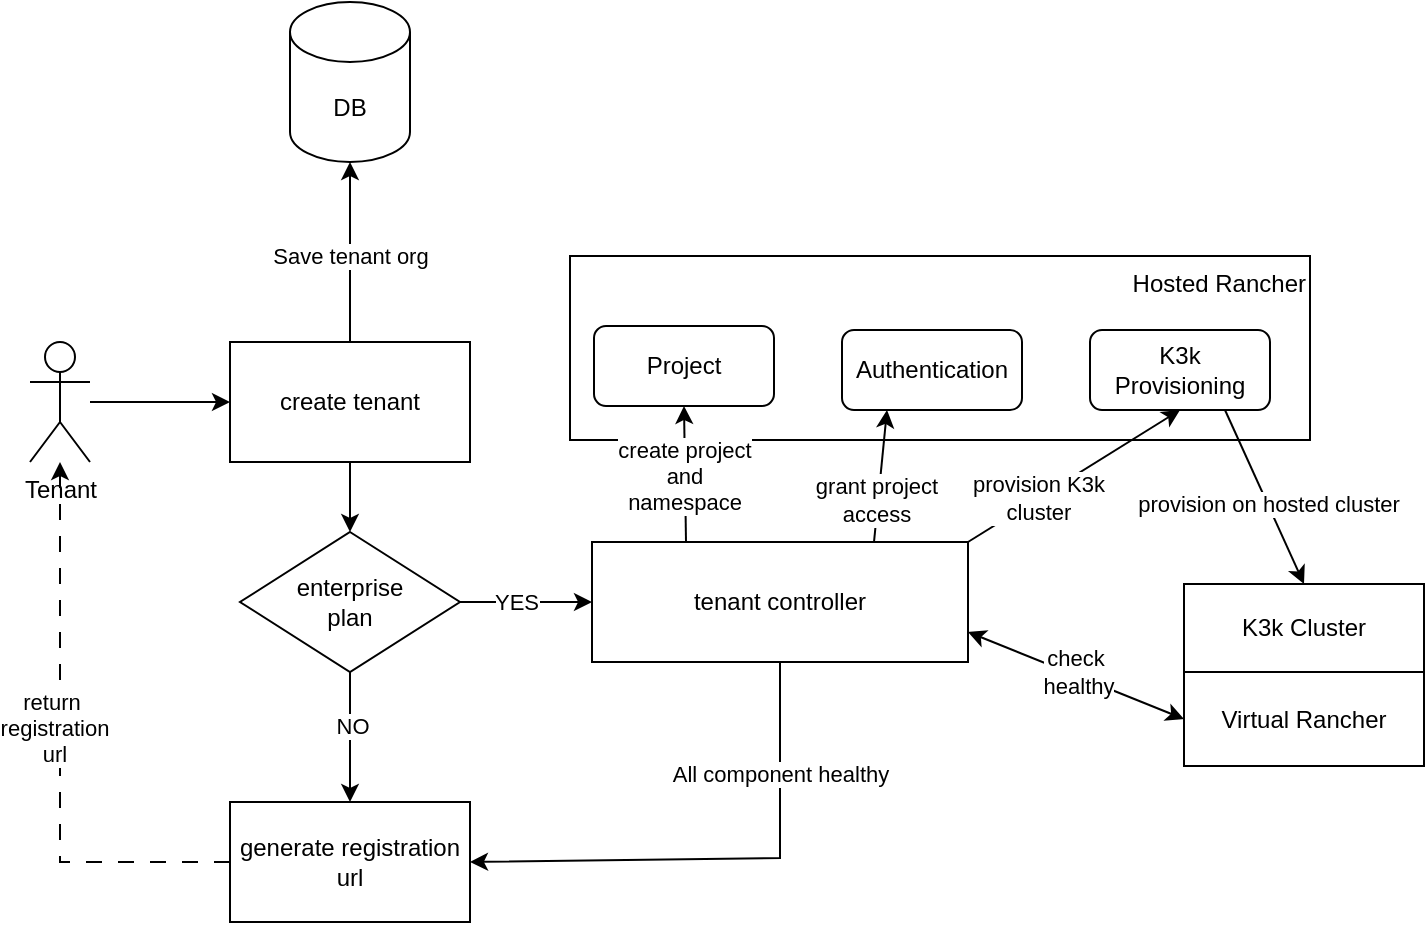
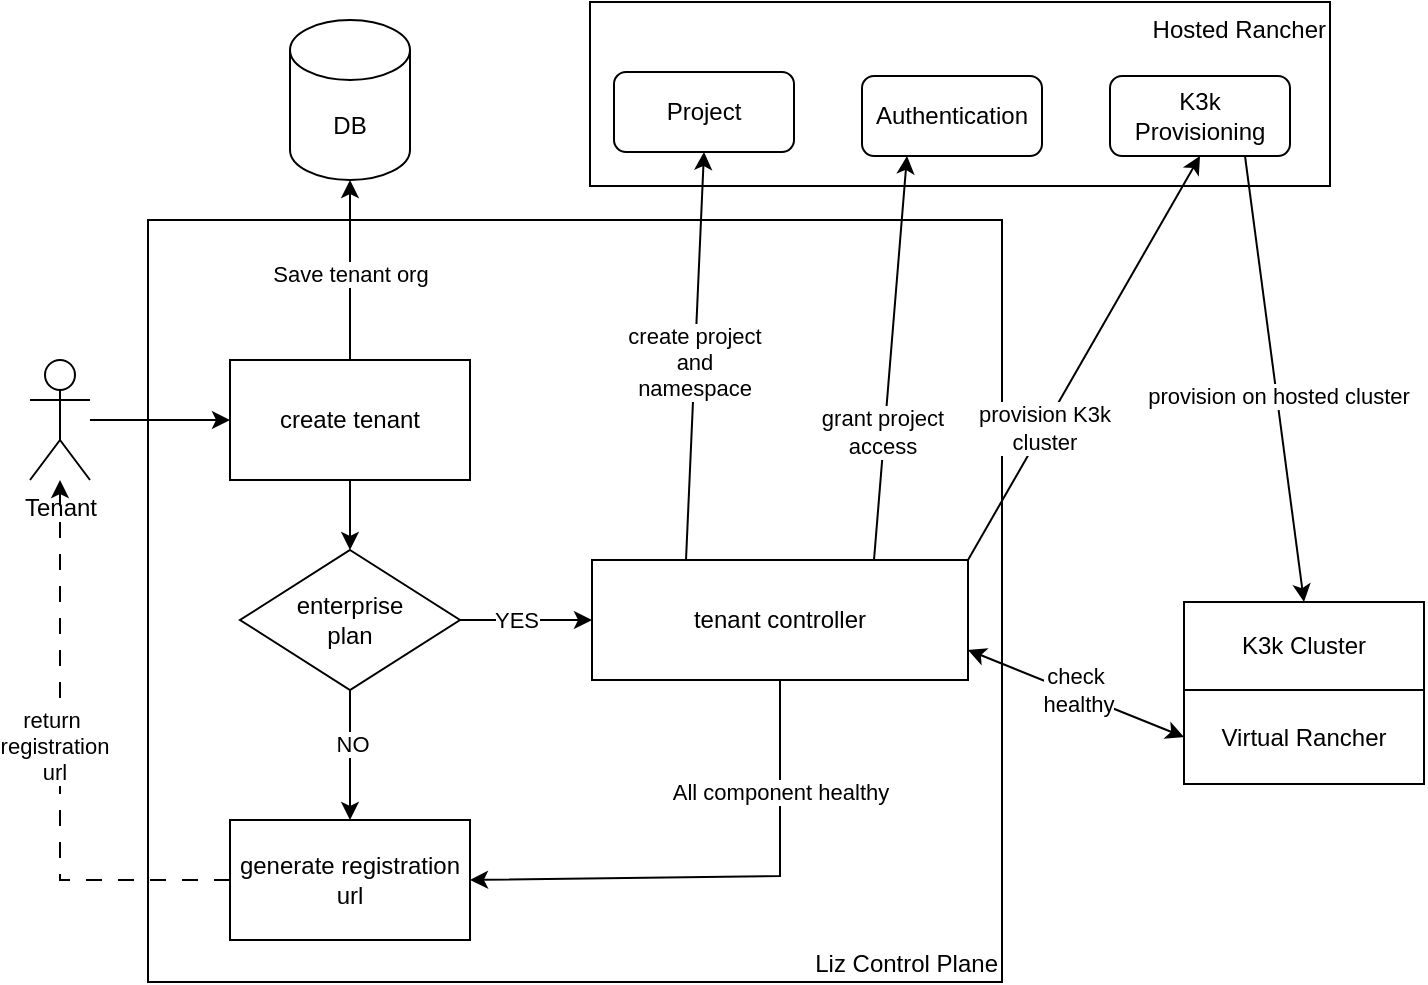
<mxfile host="app.diagrams.net">
  <diagram name="第 1 页" id="L-sD2WPmEqHrs-nHEADV">
    <mxGraphModel dx="1222" dy="745" grid="0" gridSize="10" guides="1" tooltips="1" connect="1" arrows="1" fold="1" page="1" pageScale="1" pageWidth="827" pageHeight="1169" math="0" shadow="0">
      <root>
        <mxCell id="0" />
        <mxCell id="1" parent="0" />
+         <mxCell id="s9PzU-UQ4cBH2LS_8AfC-17" parent="1" style="rounded=0;whiteSpace=wrap;html=1;verticalAlign=bottom;align=right;" value="Liz Control Plane" vertex="1">
+           <mxGeometry height="381" width="427" x="129" y="180" as="geometry" />
+         </mxCell>
        <mxCell id="RmhtLynf-h64byK3Bh4Q-11" edge="1" parent="1" source="RmhtLynf-h64byK3Bh4Q-1" style="edgeStyle=orthogonalEdgeStyle;rounded=0;orthogonalLoop=1;jettySize=auto;html=1;" target="RmhtLynf-h64byK3Bh4Q-5" value="">
          <mxGeometry relative="1" as="geometry" />
        </mxCell>
        <mxCell id="RmhtLynf-h64byK3Bh4Q-1" parent="1" style="shape=umlActor;verticalLabelPosition=bottom;verticalAlign=top;html=1;outlineConnect=0;" value="Tenant" vertex="1">
          <mxGeometry height="60" width="30" x="70" y="250" as="geometry" />
        </mxCell>
        <mxCell id="RmhtLynf-h64byK3Bh4Q-21" edge="1" parent="1" source="RmhtLynf-h64byK3Bh4Q-5" style="edgeStyle=orthogonalEdgeStyle;rounded=0;orthogonalLoop=1;jettySize=auto;html=1;" target="RmhtLynf-h64byK3Bh4Q-20" value="">
          <mxGeometry relative="1" as="geometry" />
        </mxCell>
        <mxCell id="RmhtLynf-h64byK3Bh4Q-5" parent="1" style="rounded=0;whiteSpace=wrap;html=1;" value="create tenant" vertex="1">
          <mxGeometry height="60" width="120" x="170" y="250" as="geometry" />
        </mxCell>
        <mxCell id="RmhtLynf-h64byK3Bh4Q-6" parent="1" style="shape=cylinder3;whiteSpace=wrap;html=1;boundedLbl=1;backgroundOutline=1;size=15;" value="DB" vertex="1">
          <mxGeometry height="80" width="60" x="200" y="80" as="geometry" />
        </mxCell>
        <mxCell id="RmhtLynf-h64byK3Bh4Q-7" parent="1" style="rounded=0;whiteSpace=wrap;html=1;verticalAlign=top;align=right;" value="Hosted Rancher" vertex="1">
-           <mxGeometry height="92" width="370" x="340" y="207" as="geometry" />
+           <mxGeometry height="92" width="370" x="350" y="71" as="geometry" />
        </mxCell>
        <mxCell id="RmhtLynf-h64byK3Bh4Q-8" parent="1" style="rounded=1;whiteSpace=wrap;html=1;" value="Project" vertex="1">
-           <mxGeometry height="40" width="90" x="352" y="242" as="geometry" />
+           <mxGeometry height="40" width="90" x="362" y="106" as="geometry" />
        </mxCell>
        <mxCell id="RmhtLynf-h64byK3Bh4Q-9" parent="1" style="rounded=1;whiteSpace=wrap;html=1;" value="Authentication" vertex="1">
-           <mxGeometry height="40" width="90" x="476" y="244" as="geometry" />
+           <mxGeometry height="40" width="90" x="486" y="108" as="geometry" />
        </mxCell>
        <mxCell id="RmhtLynf-h64byK3Bh4Q-10" parent="1" style="rounded=1;whiteSpace=wrap;html=1;" value="K3k Provisioning" vertex="1">
-           <mxGeometry height="40" width="90" x="600" y="244" as="geometry" />
+           <mxGeometry height="40" width="90" x="610" y="108" as="geometry" />
        </mxCell>
        <mxCell id="RmhtLynf-h64byK3Bh4Q-12" edge="1" parent="1" source="RmhtLynf-h64byK3Bh4Q-5" style="endArrow=classic;html=1;rounded=0;exitX=0.5;exitY=0;exitDx=0;exitDy=0;entryX=0.5;entryY=1;entryDx=0;entryDy=0;entryPerimeter=0;" target="RmhtLynf-h64byK3Bh4Q-6" value="">
          <mxGeometry height="50" relative="1" width="50" as="geometry">
            <mxPoint x="270" y="230" as="sourcePoint" />
            <mxPoint x="320" y="180" as="targetPoint" />
          </mxGeometry>
        </mxCell>
        <mxCell id="RmhtLynf-h64byK3Bh4Q-13" connectable="0" parent="RmhtLynf-h64byK3Bh4Q-12" style="edgeLabel;html=1;align=center;verticalAlign=middle;resizable=0;points=[];" value="Save tenant org" vertex="1">
          <mxGeometry relative="1" x="-0.3448" as="geometry">
            <mxPoint y="-14" as="offset" />
          </mxGeometry>
        </mxCell>
        <mxCell id="RmhtLynf-h64byK3Bh4Q-28" edge="1" parent="1" source="RmhtLynf-h64byK3Bh4Q-20" style="edgeStyle=orthogonalEdgeStyle;rounded=0;orthogonalLoop=1;jettySize=auto;html=1;" target="RmhtLynf-h64byK3Bh4Q-27" value="">
          <mxGeometry relative="1" as="geometry" />
        </mxCell>
        <mxCell id="RmhtLynf-h64byK3Bh4Q-29" connectable="0" parent="RmhtLynf-h64byK3Bh4Q-28" style="edgeLabel;html=1;align=center;verticalAlign=middle;resizable=0;points=[];" value="NO" vertex="1">
          <mxGeometry relative="1" x="-0.1692" y="1" as="geometry">
            <mxPoint as="offset" />
          </mxGeometry>
        </mxCell>
        <mxCell id="s9PzU-UQ4cBH2LS_8AfC-2" edge="1" parent="1" source="RmhtLynf-h64byK3Bh4Q-20" style="edgeStyle=orthogonalEdgeStyle;rounded=0;orthogonalLoop=1;jettySize=auto;html=1;" target="s9PzU-UQ4cBH2LS_8AfC-1" value="">
          <mxGeometry relative="1" as="geometry" />
        </mxCell>
        <mxCell id="s9PzU-UQ4cBH2LS_8AfC-3" connectable="0" parent="s9PzU-UQ4cBH2LS_8AfC-2" style="edgeLabel;html=1;align=center;verticalAlign=middle;resizable=0;points=[];" value="YES" vertex="1">
          <mxGeometry relative="1" x="-0.2632" as="geometry">
            <mxPoint x="3" as="offset" />
          </mxGeometry>
        </mxCell>
        <mxCell id="RmhtLynf-h64byK3Bh4Q-20" parent="1" style="rhombus;whiteSpace=wrap;html=1;" value="enterprise&lt;div&gt;plan&lt;/div&gt;" vertex="1">
          <mxGeometry height="70" width="110" x="175" y="345" as="geometry" />
        </mxCell>
        <mxCell id="RmhtLynf-h64byK3Bh4Q-24" parent="1" style="rounded=0;whiteSpace=wrap;html=1;verticalAlign=middle;align=center;" value="Virtual Rancher" vertex="1">
          <mxGeometry height="47" width="120" x="647" y="415" as="geometry" />
        </mxCell>
        <mxCell id="RmhtLynf-h64byK3Bh4Q-27" parent="1" style="rounded=0;whiteSpace=wrap;html=1;" value="generate registration url" vertex="1">
          <mxGeometry height="60" width="120" x="170" y="480" as="geometry" />
        </mxCell>
        <mxCell id="RmhtLynf-h64byK3Bh4Q-31" edge="1" parent="1" source="RmhtLynf-h64byK3Bh4Q-27" style="endArrow=classic;html=1;rounded=0;exitX=0;exitY=0.5;exitDx=0;exitDy=0;dashed=1;dashPattern=8 8;" target="RmhtLynf-h64byK3Bh4Q-1" value="">
          <mxGeometry height="50" relative="1" width="50" as="geometry">
            <Array as="points">
              <mxPoint x="85" y="510" />
            </Array>
            <mxPoint x="50" y="530" as="sourcePoint" />
            <mxPoint x="100" y="480" as="targetPoint" />
          </mxGeometry>
        </mxCell>
        <mxCell id="RmhtLynf-h64byK3Bh4Q-32" connectable="0" parent="RmhtLynf-h64byK3Bh4Q-31" style="edgeLabel;html=1;align=center;verticalAlign=middle;resizable=0;points=[];" value="return&amp;nbsp;&lt;div&gt;registration&lt;/div&gt;&lt;div&gt;url&lt;/div&gt;" vertex="1">
          <mxGeometry relative="1" x="0.0667" y="3" as="geometry">
            <mxPoint as="offset" />
          </mxGeometry>
        </mxCell>
        <mxCell id="s9PzU-UQ4cBH2LS_8AfC-1" parent="1" style="rounded=0;whiteSpace=wrap;html=1;" value="tenant controller" vertex="1">
          <mxGeometry height="60" width="188" x="351" y="350" as="geometry" />
        </mxCell>
        <mxCell id="s9PzU-UQ4cBH2LS_8AfC-4" edge="1" parent="1" source="s9PzU-UQ4cBH2LS_8AfC-1" style="endArrow=classic;html=1;rounded=0;exitX=0.25;exitY=0;exitDx=0;exitDy=0;entryX=0.5;entryY=1;entryDx=0;entryDy=0;" target="RmhtLynf-h64byK3Bh4Q-8" value="">
          <mxGeometry height="50" relative="1" width="50" as="geometry">
            <mxPoint x="384" y="334" as="sourcePoint" />
            <mxPoint x="434" y="284" as="targetPoint" />
          </mxGeometry>
        </mxCell>
        <mxCell id="s9PzU-UQ4cBH2LS_8AfC-5" connectable="0" parent="s9PzU-UQ4cBH2LS_8AfC-4" style="edgeLabel;html=1;align=center;verticalAlign=middle;resizable=0;points=[];" value="create project&lt;div&gt;and&lt;/div&gt;&lt;div&gt;namespace&lt;/div&gt;" vertex="1">
          <mxGeometry relative="1" x="-0.0292" y="1" as="geometry">
            <mxPoint as="offset" />
          </mxGeometry>
        </mxCell>
        <mxCell id="s9PzU-UQ4cBH2LS_8AfC-6" edge="1" parent="1" source="s9PzU-UQ4cBH2LS_8AfC-1" style="endArrow=classic;html=1;rounded=0;exitX=0.75;exitY=0;exitDx=0;exitDy=0;entryX=0.25;entryY=1;entryDx=0;entryDy=0;" target="RmhtLynf-h64byK3Bh4Q-9" value="">
          <mxGeometry height="50" relative="1" width="50" as="geometry">
            <mxPoint x="485" y="339" as="sourcePoint" />
            <mxPoint x="535" y="289" as="targetPoint" />
          </mxGeometry>
        </mxCell>
        <mxCell id="s9PzU-UQ4cBH2LS_8AfC-7" connectable="0" parent="s9PzU-UQ4cBH2LS_8AfC-6" style="edgeLabel;html=1;align=center;verticalAlign=middle;resizable=0;points=[];" value="grant project&lt;div&gt;access&lt;/div&gt;" vertex="1">
          <mxGeometry relative="1" x="-0.3697" y="1" as="geometry">
            <mxPoint as="offset" />
          </mxGeometry>
        </mxCell>
        <mxCell id="s9PzU-UQ4cBH2LS_8AfC-8" edge="1" parent="1" source="s9PzU-UQ4cBH2LS_8AfC-1" style="endArrow=classic;html=1;rounded=0;exitX=1;exitY=0;exitDx=0;exitDy=0;entryX=0.5;entryY=1;entryDx=0;entryDy=0;" target="RmhtLynf-h64byK3Bh4Q-10" value="">
          <mxGeometry height="50" relative="1" width="50" as="geometry">
            <mxPoint x="565" y="364" as="sourcePoint" />
            <mxPoint x="615" y="314" as="targetPoint" />
          </mxGeometry>
        </mxCell>
        <mxCell id="s9PzU-UQ4cBH2LS_8AfC-9" connectable="0" parent="s9PzU-UQ4cBH2LS_8AfC-8" style="edgeLabel;html=1;align=center;verticalAlign=middle;resizable=0;points=[];" value="provision K3k&lt;div&gt;cluster&lt;/div&gt;" vertex="1">
          <mxGeometry relative="1" x="-0.3336" y="1" as="geometry">
            <mxPoint y="1" as="offset" />
          </mxGeometry>
        </mxCell>
        <mxCell id="s9PzU-UQ4cBH2LS_8AfC-10" parent="1" style="rounded=0;whiteSpace=wrap;html=1;" value="K3k Cluster" vertex="1">
          <mxGeometry height="44" width="120" x="647" y="371" as="geometry" />
        </mxCell>
        <mxCell id="s9PzU-UQ4cBH2LS_8AfC-11" edge="1" parent="1" source="RmhtLynf-h64byK3Bh4Q-10" style="endArrow=classic;html=1;rounded=0;exitX=0.75;exitY=1;exitDx=0;exitDy=0;entryX=0.5;entryY=0;entryDx=0;entryDy=0;" target="s9PzU-UQ4cBH2LS_8AfC-10" value="">
          <mxGeometry height="50" relative="1" width="50" as="geometry">
            <mxPoint x="748" y="334" as="sourcePoint" />
            <mxPoint x="798" y="284" as="targetPoint" />
          </mxGeometry>
        </mxCell>
        <mxCell id="s9PzU-UQ4cBH2LS_8AfC-12" connectable="0" parent="s9PzU-UQ4cBH2LS_8AfC-11" style="edgeLabel;html=1;align=center;verticalAlign=middle;resizable=0;points=[];" value="provision on hosted cluster" vertex="1">
          <mxGeometry relative="1" x="0.0723" as="geometry">
            <mxPoint as="offset" />
          </mxGeometry>
        </mxCell>
        <mxCell id="s9PzU-UQ4cBH2LS_8AfC-13" edge="1" parent="1" source="s9PzU-UQ4cBH2LS_8AfC-1" style="endArrow=classic;startArrow=classic;html=1;rounded=0;exitX=1;exitY=0.75;exitDx=0;exitDy=0;entryX=0;entryY=0.5;entryDx=0;entryDy=0;" target="RmhtLynf-h64byK3Bh4Q-24" value="">
          <mxGeometry height="50" relative="1" width="50" as="geometry">
            <mxPoint x="580" y="484" as="sourcePoint" />
            <mxPoint x="630" y="434" as="targetPoint" />
          </mxGeometry>
        </mxCell>
        <mxCell id="s9PzU-UQ4cBH2LS_8AfC-14" connectable="0" parent="s9PzU-UQ4cBH2LS_8AfC-13" style="edgeLabel;html=1;align=center;verticalAlign=middle;resizable=0;points=[];" value="check&amp;nbsp;&lt;div&gt;healthy&lt;/div&gt;" vertex="1">
          <mxGeometry relative="1" x="-0.3333" as="geometry">
            <mxPoint x="19" y="5" as="offset" />
          </mxGeometry>
        </mxCell>
        <mxCell id="s9PzU-UQ4cBH2LS_8AfC-15" edge="1" parent="1" source="s9PzU-UQ4cBH2LS_8AfC-1" style="endArrow=classic;html=1;rounded=0;exitX=0.5;exitY=1;exitDx=0;exitDy=0;entryX=1;entryY=0.5;entryDx=0;entryDy=0;" target="RmhtLynf-h64byK3Bh4Q-27" value="">
          <mxGeometry height="50" relative="1" width="50" as="geometry">
            <Array as="points">
              <mxPoint x="445" y="508" />
            </Array>
            <mxPoint x="423" y="546" as="sourcePoint" />
            <mxPoint x="473" y="496" as="targetPoint" />
          </mxGeometry>
        </mxCell>
        <mxCell id="s9PzU-UQ4cBH2LS_8AfC-16" connectable="0" parent="s9PzU-UQ4cBH2LS_8AfC-15" style="edgeLabel;html=1;align=center;verticalAlign=middle;resizable=0;points=[];" value="All component healthy" vertex="1">
          <mxGeometry relative="1" x="-0.5692" as="geometry">
            <mxPoint y="1" as="offset" />
          </mxGeometry>
        </mxCell>
      </root>
    </mxGraphModel>
  </diagram>
</mxfile>
